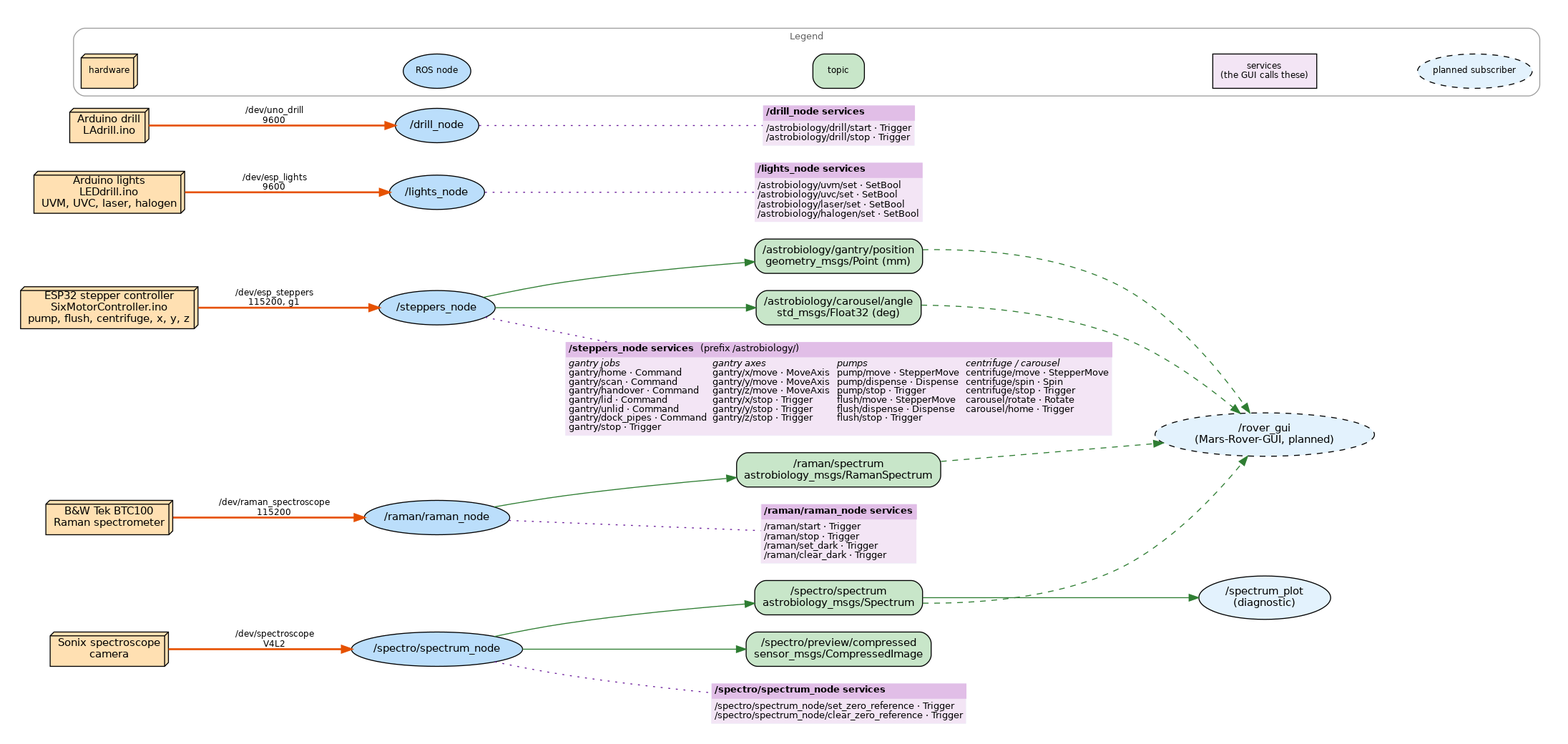
Earlier version of the Graphviz export docs/architecture.png (NUS-Mars-Rover-Team/astrobiology_ws). Its source is kept beside it as docs/architecture.dot.
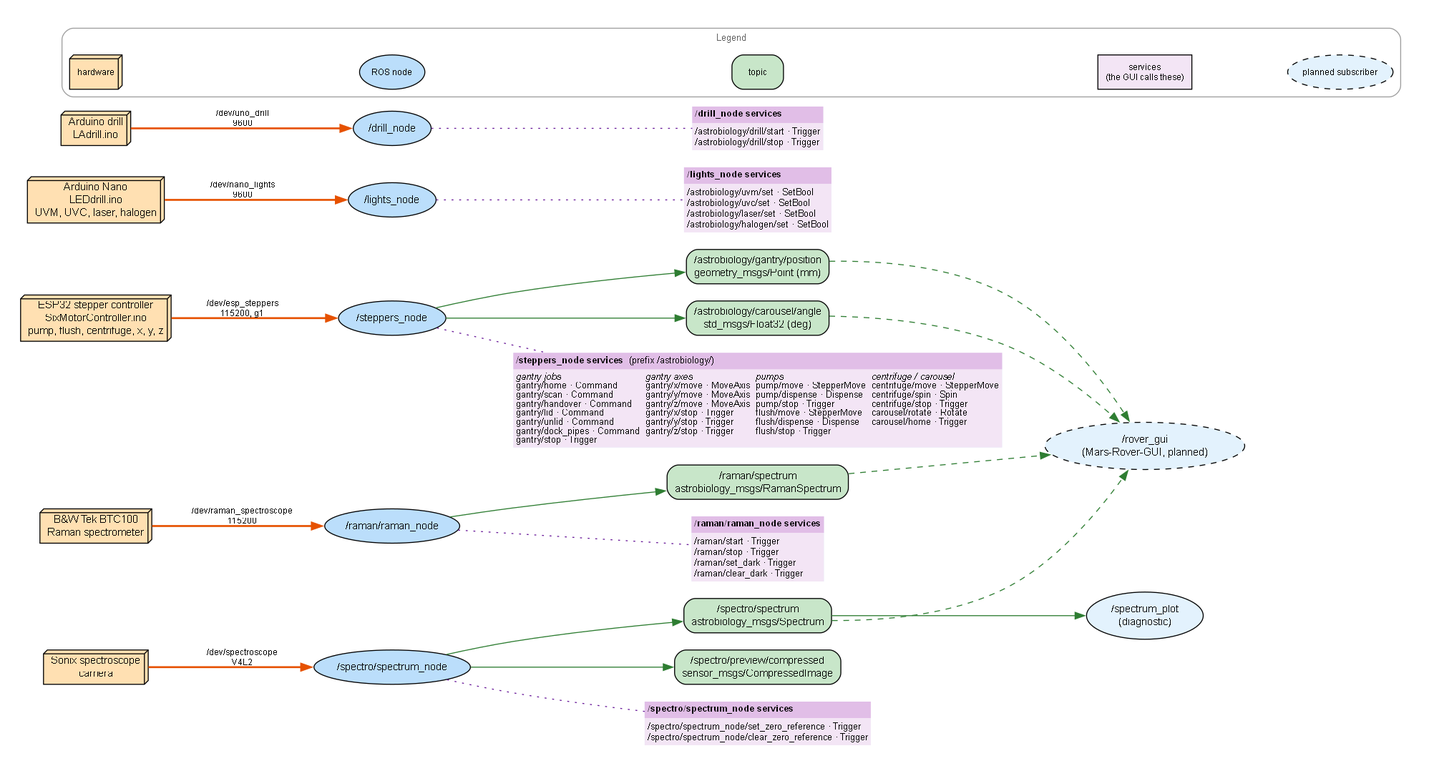
After the change.

Commit message:
update architecture diagram

The edit, as a diff of the source:
```diff
@@ -11,7 +11,7 @@
 
     node [shape=box3d, style=filled, fillcolor="#FFE0B2"];
     esp_steppers  [label="ESP32 stepper controller\nSixMotorController.ino\npump, flush, centrifuge, x, y, z"];
-    esp_lights    [label="Arduino lights\nLEDdrill.ino\nUVM, UVC, laser, halogen"];
+    nano_lights   [label="Arduino Nano\nLEDdrill.ino\nUVM, UVC, laser, halogen"];
     arduino_drill [label="Arduino drill\nLAdrill.ino"];
     btc100        [label="B&W Tek BTC100\nRaman spectrometer"];
     spectro_cam   [label="Sonix spectroscope\ncamera"];
@@ -73,7 +73,7 @@
 
     edge [color="#E65100", style=bold];
     esp_steppers  -> steppers_node [label="/dev/esp_steppers\n115200, g1"];
-    esp_lights    -> lights_node   [label="/dev/esp_lights\n9600"];
+    nano_lights    -> lights_node   [label="/dev/nano_lights\n9600"];
     arduino_drill -> drill_node    [label="/dev/uno_drill\n9600"];
     btc100        -> raman_node    [label="/dev/raman_spectroscope\n115200"];
     spectro_cam   -> spectrum_node [label="/dev/spectroscope\nV4L2"];
```
